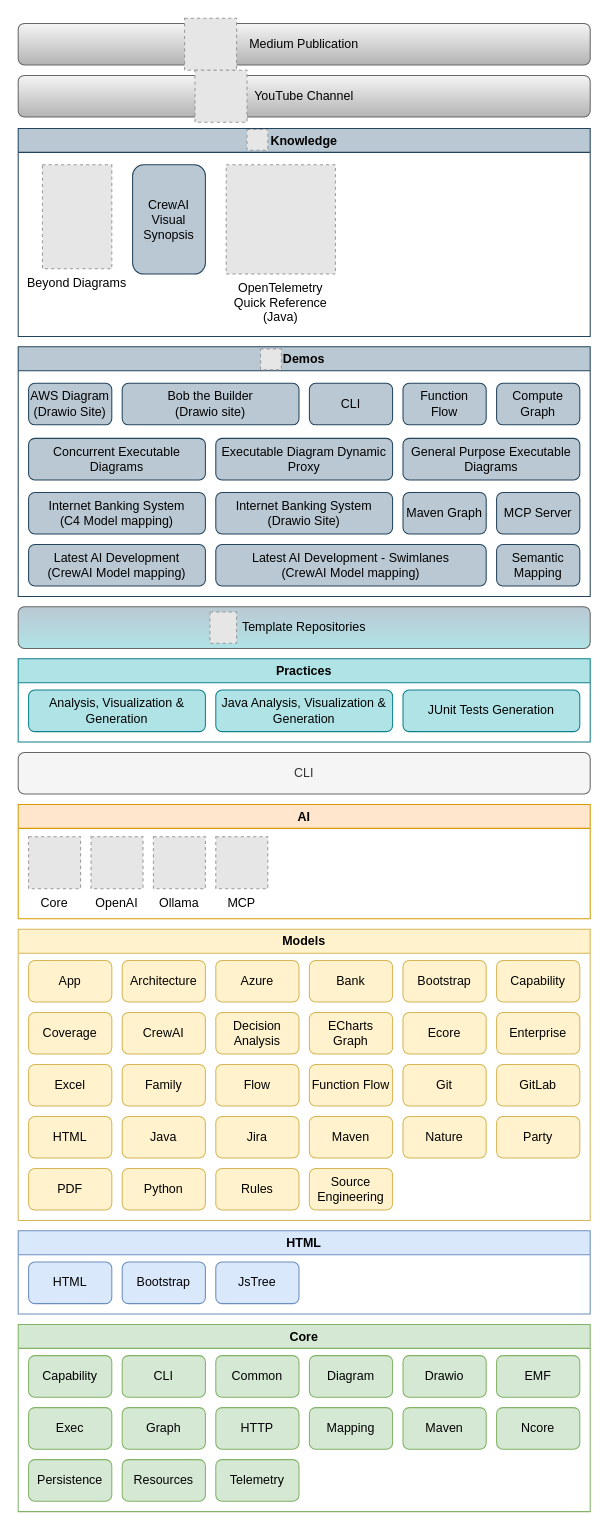
Before: model/nasdanika.drawio in Nasdanika/nasdanika.github.io, a draw.io diagram. Source tidied: cells renumbered, new cells numbered last; positions are measured from the earlier drawing's top-left corner, leaving out a move shared by most shapes. Both pictures are drawn from the tidied source at 104%, with x=0, y=0 at pixel (18, 18). Pictures stored in the file or linked from it are replaced by grey dashed boxes.
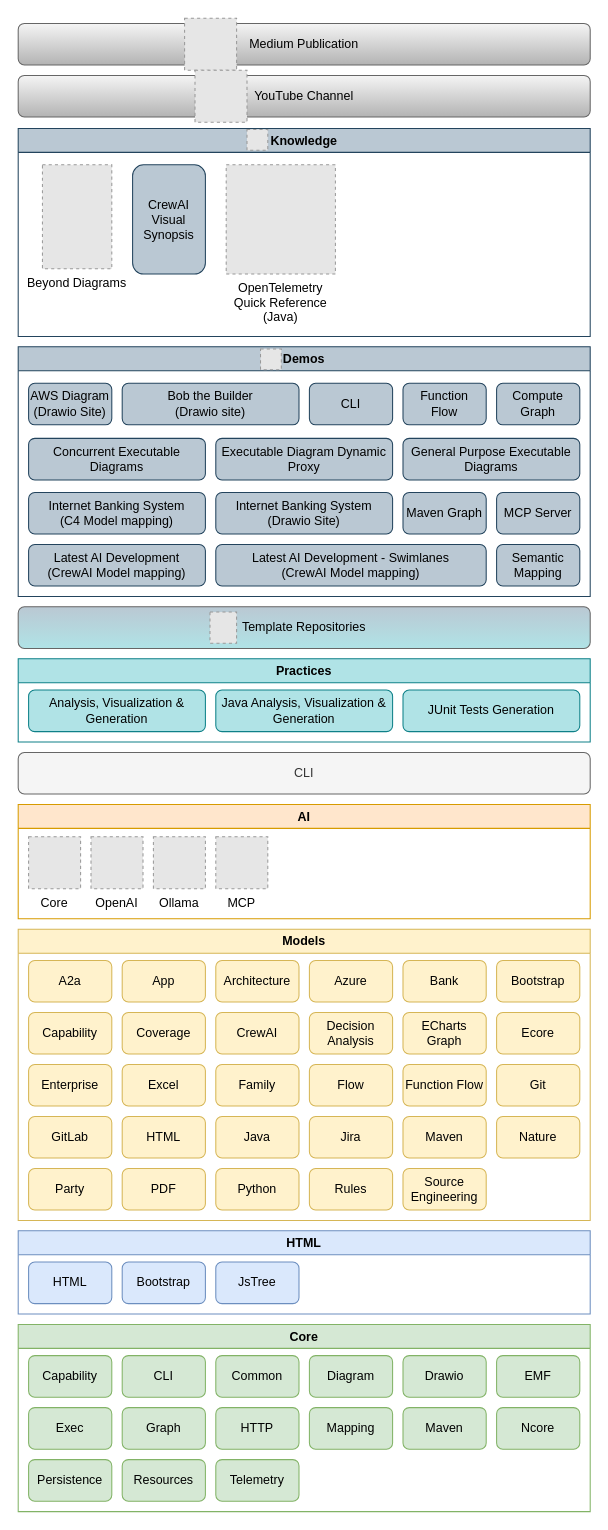
The same diagram, later.

Unchanged cells that the change refers to:
```xml
<mxCell id="22" value="Models" style="swimlane;whiteSpace=wrap;html=1;fillColor=#fff2cc;strokeColor=#d6b656;" parent="1" vertex="1">
  <mxGeometry y="876" width="550" height="280" as="geometry" />
</mxCell>
```

Change to the diagram source:
```diff
@@
     <mxCell id="23" value="GitLab" style="rounded=1;whiteSpace=wrap;html=1;fillColor=#fff2cc;strokeColor=#d6b656;" parent="22" vertex="1">
-      <mxGeometry x="460" y="130" width="80" height="40" as="geometry" />
+      <mxGeometry x="10" y="180" width="80" height="40" as="geometry" />
     </mxCell>
     <mxCell id="24" value="Architecture" style="rounded=1;whiteSpace=wrap;html=1;fillColor=#fff2cc;strokeColor=#d6b656;" parent="22" vertex="1">
-      <mxGeometry x="100" y="30" width="80" height="40" as="geometry" />
+      <mxGeometry x="190" y="30" width="80" height="40" as="geometry" />
     </mxCell>
     <mxCell id="25" value="Git" style="rounded=1;whiteSpace=wrap;html=1;fillColor=#fff2cc;strokeColor=#d6b656;" parent="22" vertex="1">
-      <mxGeometry x="370" y="130" width="80" height="40" as="geometry" />
+      <mxGeometry x="460" y="130" width="80" height="40" as="geometry" />
     </mxCell>
     <mxCell id="26" value="Excel" style="rounded=1;whiteSpace=wrap;html=1;fillColor=#fff2cc;strokeColor=#d6b656;" parent="22" vertex="1">
-      <mxGeometry x="10" y="130" width="80" height="40" as="geometry" />
+      <mxGeometry x="100" y="130" width="80" height="40" as="geometry" />
     </mxCell>
     <mxCell id="27" value="ECharts Graph" style="rounded=1;whiteSpace=wrap;html=1;fillColor=#fff2cc;strokeColor=#d6b656;" parent="22" vertex="1">
-      <mxGeometry x="280" y="80" width="80" height="40" as="geometry" />
+      <mxGeometry x="370" y="80" width="80" height="40" as="geometry" />
     </mxCell>
     <mxCell id="28" value="Nature" style="rounded=1;whiteSpace=wrap;html=1;fillColor=#fff2cc;strokeColor=#d6b656;" parent="22" vertex="1">
-      <mxGeometry x="370" y="180" width="80" height="40" as="geometry" />
+      <mxGeometry x="460" y="180" width="80" height="40" as="geometry" />
     </mxCell>
     <mxCell id="29" value="Bank" style="rounded=1;whiteSpace=wrap;html=1;fillColor=#fff2cc;strokeColor=#d6b656;" parent="22" vertex="1">
-      <mxGeometry x="280" y="30" width="80" height="40" as="geometry" />
+      <mxGeometry x="370" y="30" width="80" height="40" as="geometry" />
     </mxCell>
     <mxCell id="30" value="PDF" style="rounded=1;whiteSpace=wrap;html=1;fillColor=#fff2cc;strokeColor=#d6b656;" parent="22" vertex="1">
-      <mxGeometry x="10" y="230" width="80" height="40" as="geometry" />
+      <mxGeometry x="100" y="230" width="80" height="40" as="geometry" />
     </mxCell>
     <mxCell id="31" value="Party" style="rounded=1;whiteSpace=wrap;html=1;fillColor=#fff2cc;strokeColor=#d6b656;" parent="22" vertex="1">
-      <mxGeometry x="460" y="180" width="80" height="40" as="geometry" />
+      <mxGeometry x="10" y="230" width="80" height="40" as="geometry" />
     </mxCell>
     <mxCell id="32" value="Source&lt;div&gt;Engineering&lt;/div&gt;" style="rounded=1;whiteSpace=wrap;html=1;fillColor=#fff2cc;strokeColor=#d6b656;" parent="22" vertex="1">
-      <mxGeometry x="280" y="230" width="80" height="40" as="geometry" />
+      <mxGeometry x="370" y="230" width="80" height="40" as="geometry" />
     </mxCell>
     <mxCell id="33" value="Java" style="rounded=1;whiteSpace=wrap;html=1;fillColor=#fff2cc;strokeColor=#d6b656;" parent="22" vertex="1">
-      <mxGeometry x="100" y="180" width="80" height="40" as="geometry" />
+      <mxGeometry x="190" y="180" width="80" height="40" as="geometry" />
     </mxCell>
     <mxCell id="34" value="Maven" style="rounded=1;whiteSpace=wrap;html=1;fillColor=#fff2cc;strokeColor=#d6b656;" parent="22" vertex="1">
-      <mxGeometry x="280" y="180" width="80" height="40" as="geometry" />
+      <mxGeometry x="370" y="180" width="80" height="40" as="geometry" />
     </mxCell>
     <mxCell id="35" value="Enterprise" style="rounded=1;whiteSpace=wrap;html=1;fillColor=#fff2cc;strokeColor=#d6b656;" parent="22" vertex="1">
-      <mxGeometry x="460" y="80" width="80" height="40" as="geometry" />
+      <mxGeometry x="10" y="130" width="80" height="40" as="geometry" />
     </mxCell>
     <mxCell id="36" value="Function Flow" style="rounded=1;whiteSpace=wrap;html=1;fillColor=#fff2cc;strokeColor=#d6b656;" parent="22" vertex="1">
-      <mxGeometry x="280" y="130" width="80" height="40" as="geometry" />
+      <mxGeometry x="370" y="130" width="80" height="40" as="geometry" />
     </mxCell>
     <mxCell id="37" value="Rules" style="rounded=1;whiteSpace=wrap;html=1;fillColor=#fff2cc;strokeColor=#d6b656;" parent="22" vertex="1">
-      <mxGeometry x="190" y="230" width="80" height="40" as="geometry" />
+      <mxGeometry x="280" y="230" width="80" height="40" as="geometry" />
     </mxCell>
     <mxCell id="38" value="Azure" style="rounded=1;whiteSpace=wrap;html=1;fillColor=#fff2cc;strokeColor=#d6b656;" parent="22" vertex="1">
-      <mxGeometry x="190" y="30" width="80" height="40" as="geometry" />
+      <mxGeometry x="280" y="30" width="80" height="40" as="geometry" />
     </mxCell>
     <mxCell id="39" value="Ecore" style="rounded=1;whiteSpace=wrap;html=1;fillColor=#fff2cc;strokeColor=#d6b656;" parent="22" vertex="1">
-      <mxGeometry x="370" y="80" width="80" height="40" as="geometry" />
+      <mxGeometry x="460" y="80" width="80" height="40" as="geometry" />
     </mxCell>
     <mxCell id="40" value="Jira" style="rounded=1;whiteSpace=wrap;html=1;fillColor=#fff2cc;strokeColor=#d6b656;" parent="22" vertex="1">
-      <mxGeometry x="190" y="180" width="80" height="40" as="geometry" />
+      <mxGeometry x="280" y="180" width="80" height="40" as="geometry" />
     </mxCell>
     <mxCell id="41" value="Bootstrap" style="rounded=1;whiteSpace=wrap;html=1;fillColor=#fff2cc;strokeColor=#d6b656;" parent="22" vertex="1">
-      <mxGeometry x="370" y="30" width="80" height="40" as="geometry" />
+      <mxGeometry x="460" y="30" width="80" height="40" as="geometry" />
     </mxCell>
     <mxCell id="42" value="App" style="rounded=1;whiteSpace=wrap;html=1;fillColor=#fff2cc;strokeColor=#d6b656;" parent="22" vertex="1">
-      <mxGeometry x="10" y="30" width="80" height="40" as="geometry" />
+      <mxGeometry x="100" y="30" width="80" height="40" as="geometry" />
     </mxCell>
     <mxCell id="43" value="Capability" style="rounded=1;whiteSpace=wrap;html=1;fillColor=#fff2cc;strokeColor=#d6b656;" parent="22" vertex="1">
-      <mxGeometry x="460" y="30" width="80" height="40" as="geometry" />
+      <mxGeometry x="10" y="80" width="80" height="40" as="geometry" />
     </mxCell>
     <mxCell id="44" value="Coverage" style="rounded=1;whiteSpace=wrap;html=1;fillColor=#fff2cc;strokeColor=#d6b656;" parent="22" vertex="1">
-      <mxGeometry x="10" y="80" width="80" height="40" as="geometry" />
+      <mxGeometry x="100" y="80" width="80" height="40" as="geometry" />
     </mxCell>
     <mxCell id="45" value="Decision Analysis" style="rounded=1;whiteSpace=wrap;html=1;fillColor=#fff2cc;strokeColor=#d6b656;" parent="22" vertex="1">
-      <mxGeometry x="190" y="80" width="80" height="40" as="geometry" />
+      <mxGeometry x="280" y="80" width="80" height="40" as="geometry" />
     </mxCell>
     <mxCell id="46" value="Family" style="rounded=1;whiteSpace=wrap;html=1;fillColor=#fff2cc;strokeColor=#d6b656;" parent="22" vertex="1">
-      <mxGeometry x="100" y="130" width="80" height="40" as="geometry" />
+      <mxGeometry x="190" y="130" width="80" height="40" as="geometry" />
     </mxCell>
     <mxCell id="47" value="Flow" style="rounded=1;whiteSpace=wrap;html=1;fillColor=#fff2cc;strokeColor=#d6b656;" parent="22" vertex="1">
-      <mxGeometry x="190" y="130" width="80" height="40" as="geometry" />
+      <mxGeometry x="280" y="130" width="80" height="40" as="geometry" />
     </mxCell>
     <mxCell id="48" value="HTML" style="rounded=1;whiteSpace=wrap;html=1;fillColor=#fff2cc;strokeColor=#d6b656;" parent="22" vertex="1">
-      <mxGeometry x="10" y="180" width="80" height="40" as="geometry" />
+      <mxGeometry x="100" y="180" width="80" height="40" as="geometry" />
     </mxCell>
     <mxCell id="49" value="CrewAI" style="rounded=1;whiteSpace=wrap;html=1;fillColor=#fff2cc;strokeColor=#d6b656;" parent="22" vertex="1">
-      <mxGeometry x="100" y="80" width="80" height="40" as="geometry" />
+      <mxGeometry x="190" y="80" width="80" height="40" as="geometry" />
     </mxCell>
     <mxCell id="50" value="Python" style="rounded=1;whiteSpace=wrap;html=1;fillColor=#fff2cc;strokeColor=#d6b656;" parent="22" vertex="1">
-      <mxGeometry x="100" y="230" width="80" height="40" as="geometry" />
+      <mxGeometry x="190" y="230" width="80" height="40" as="geometry" />
     </mxCell>
+    <mxCell id="89" value="A2a" style="rounded=1;whiteSpace=wrap;html=1;fillColor=#fff2cc;strokeColor=#d6b656;" parent="22" vertex="1">
+      <mxGeometry x="10" y="30" width="80" height="40" as="geometry" />
+    </mxCell>
```
